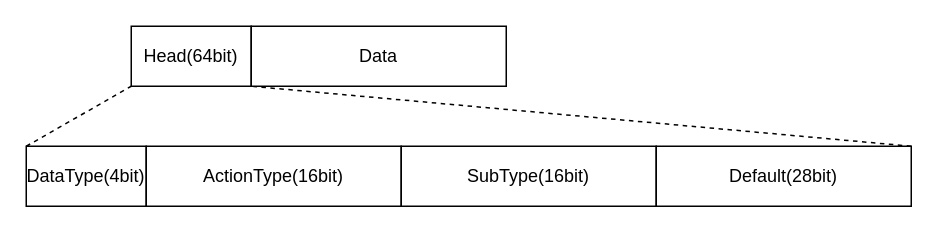
The draw.io diagram testDirectory/代理通信协议格式.drawio in Moose1273/-, before the edit. Source tidied: cells renumbered, new cells numbered last; positions are measured from the earlier drawing's top-left corner, leaving out a move shared by most shapes. Both pictures are drawn from the tidied source at 150%, with x=0, y=0 at pixel (26, 26).
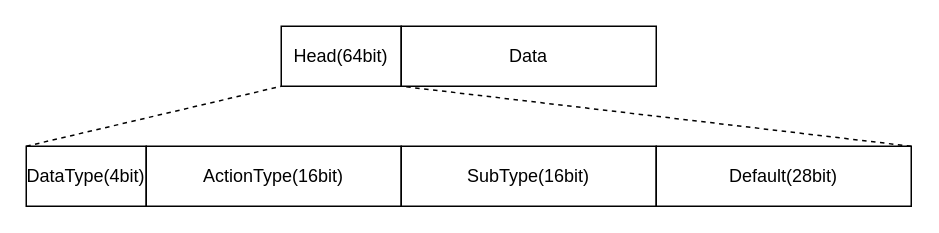
After the change.

Commit message (it also covers changes not shown here):
更新代理通信协议格式.drawio

What changed in the source:
```diff
@@
 <mxGraphModel>
   <root>
     <mxCell id="0" />
     <mxCell id="1" parent="0" />
-    <mxCell id="2" style="endArrow=none;html=1;rounded=0;entryX=0.23;entryY=0.005;entryDx=0;entryDy=0;entryPerimeter=0;exitX=0.23;exitY=0.984;exitDx=0;exitDy=0;exitPerimeter=0;" parent="1" edge="1">
-      <mxGeometry relative="1" as="geometry">
-        <mxPoint x="150" y="39.2" as="sourcePoint" />
-        <mxPoint x="150" as="targetPoint" />
-      </mxGeometry>
-    </mxCell>
     <mxCell id="3" value="DataType(4bit)" style="rounded=0;whiteSpace=wrap;html=1;" parent="1" vertex="1">
       <mxGeometry y="80" width="80" height="40" as="geometry" />
     </mxCell>
-    <mxCell id="4" style="endArrow=none;dashed=1;html=1;rounded=0;entryX=0;entryY=1;entryDx=0;entryDy=0;exitX=0;exitY=0;exitDx=0;exitDy=0;" parent="1" edge="1" source="3">
-      <mxGeometry relative="1" as="geometry">
-        <mxPoint x="70" y="40" as="targetPoint" />
-      </mxGeometry>
+    <mxCell id="4" style="endArrow=none;dashed=1;html=1;rounded=0;entryX=0;entryY=1;entryDx=0;entryDy=0;exitX=0;exitY=0;exitDx=0;exitDy=0;" parent="1" edge="1" source="3" target="8">
+      <mxGeometry relative="1" as="geometry" />
     </mxCell>
-    <mxCell id="5" style="endArrow=none;dashed=1;html=1;rounded=0;entryX=0.32;entryY=1;entryDx=0;entryDy=0;entryPerimeter=0;exitX=1;exitY=0;exitDx=0;exitDy=0;" parent="1" edge="1" source="10">
-      <mxGeometry relative="1" as="geometry">
-        <mxPoint x="150" y="40" as="targetPoint" />
-      </mxGeometry>
+    <mxCell id="5" style="endArrow=none;dashed=1;html=1;rounded=0;entryX=1;entryY=1;entryDx=0;entryDy=0;exitX=1;exitY=0;exitDx=0;exitDy=0;" parent="1" edge="1" source="10" target="8">
+      <mxGeometry relative="1" as="geometry" />
     </mxCell>
     <mxCell id="6" value="ActionType(16bit)" style="rounded=0;whiteSpace=wrap;html=1;" parent="1" vertex="1">
       <mxGeometry x="80" y="80" width="170" height="40" as="geometry" />
     </mxCell>
     <mxCell id="7" value="SubType(16bit)" style="rounded=0;whiteSpace=wrap;html=1;" parent="1" vertex="1">
       <mxGeometry x="250" y="80" width="170" height="40" as="geometry" />
     </mxCell>
     <mxCell id="8" value="Head(64bit)" style="rounded=0;whiteSpace=wrap;html=1;" parent="1" vertex="1">
-      <mxGeometry x="70" width="80" height="40" as="geometry" />
+      <mxGeometry x="170" width="80" height="40" as="geometry" />
     </mxCell>
     <mxCell id="9" value="Data" style="rounded=0;whiteSpace=wrap;html=1;" parent="1" vertex="1">
-      <mxGeometry x="150" width="170" height="40" as="geometry" />
+      <mxGeometry x="250" width="170" height="40" as="geometry" />
     </mxCell>
     <mxCell id="10" value="Default(28bit)" style="rounded=0;whiteSpace=wrap;html=1;" parent="1" vertex="1">
       <mxGeometry x="420" y="80" width="170" height="40" as="geometry" />
     </mxCell>
   </root>
 </mxGraphModel>
```
